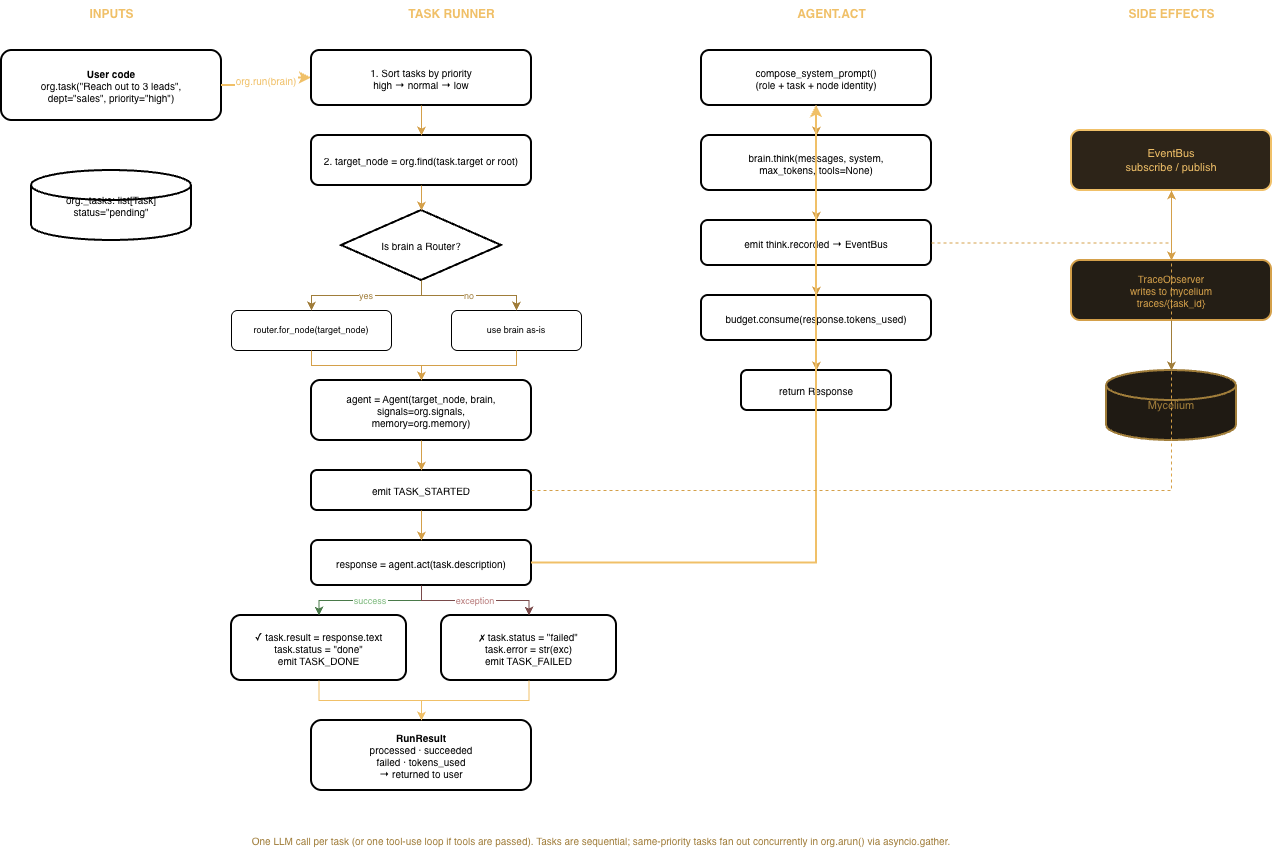
Ranzim/ormica keeps this draw.io diagram as docs/diagrams/03-task-lifecycle.png. Above is the earlier version. Source tidied: cells renumbered, new cells last; positions are measured from the earlier drawing's top-left corner, leaving out a move shared by most shapes.
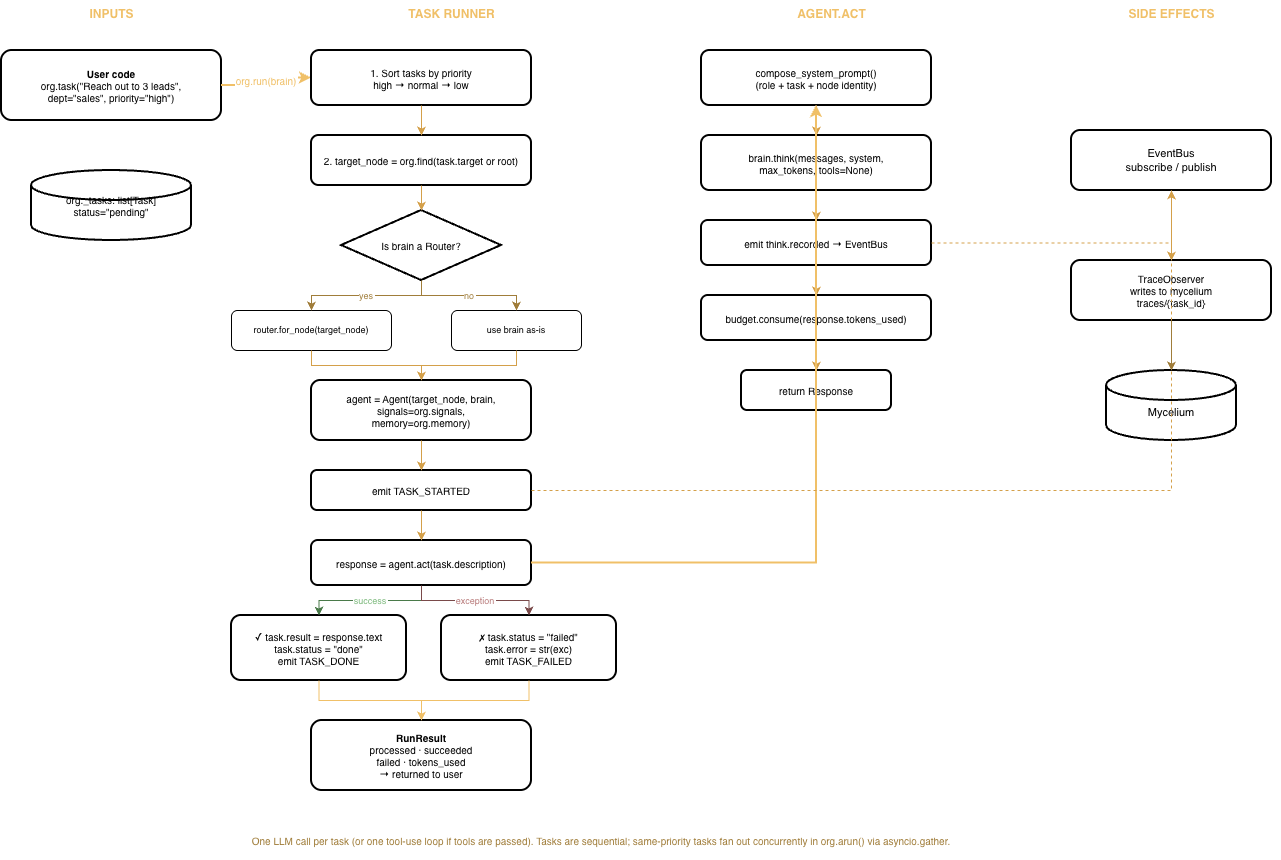
The same diagram one commit later.

Commit message:
docs: refresh task-execution-lifecycle diagram

Updated version of docs/diagrams/03-task-lifecycle.png with the side-
effects column (EventBus / TraceObserver / Mycelium) restyled to match
the rest of the diagram — no more out-of-palette amber highlight on
those boxes. Content is unchanged: 4 columns (INPUTS / TASK RUNNER /
AGENT.ACT / SIDE EFFECTS), same flow, same caption applies.

Change to the diagram source:
```diff
@@ -113,13 +113,13 @@
     <mxCell id="38" style="edgeStyle=orthogonalEdgeStyle;rounded=0;strokeColor=#f0c068;strokeWidth=2;" parent="1" edge="1" source="16" target="29">
       <mxGeometry relative="1" as="geometry" />
     </mxCell>
-    <mxCell id="39" value="EventBus&lt;br/&gt;subscribe / publish" style="rounded=1;whiteSpace=wrap;html=1;fillColor=#2d2418;strokeColor=#f0c068;strokeWidth=2;fontColor=#f0c068;fontSize=11;" parent="1" vertex="1">
+    <mxCell id="39" value="EventBus&lt;br/&gt;subscribe / publish" style="rounded=1;whiteSpace=wrap;html=1;strokeWidth=2;fontSize=11;" parent="1" vertex="1">
       <mxGeometry x="1070" y="130" width="200" height="60" as="geometry" />
     </mxCell>
-    <mxCell id="40" value="TraceObserver&lt;br/&gt;writes to mycelium&lt;br/&gt;traces/{task_id}" style="rounded=1;whiteSpace=wrap;html=1;fillColor=#241e15;strokeColor=#d4a04a;strokeWidth=2;fontColor=#d4a04a;fontSize=10;" parent="1" vertex="1">
+    <mxCell id="40" value="TraceObserver&lt;br/&gt;writes to mycelium&lt;br/&gt;traces/{task_id}" style="rounded=1;whiteSpace=wrap;html=1;strokeWidth=2;fontSize=10;" parent="1" vertex="1">
       <mxGeometry x="1070" y="260" width="200" height="60" as="geometry" />
     </mxCell>
-    <mxCell id="41" value="Mycelium" style="shape=cylinder3;whiteSpace=wrap;html=1;fillColor=#1f1a13;strokeColor=#a07d3a;strokeWidth=2;fontColor=#a07d3a;fontSize=11;" parent="1" vertex="1">
+    <mxCell id="41" value="&lt;div&gt;&lt;br&gt;&lt;/div&gt;Mycelium" style="shape=cylinder3;whiteSpace=wrap;html=1;strokeWidth=2;fontSize=11;" parent="1" vertex="1">
       <mxGeometry x="1105" y="370" width="130" height="70" as="geometry" />
     </mxCell>
     <mxCell id="42" style="edgeStyle=orthogonalEdgeStyle;rounded=0;strokeColor=#d4a04a;dashed=1;" parent="1" edge="1" source="15" target="39">
```
